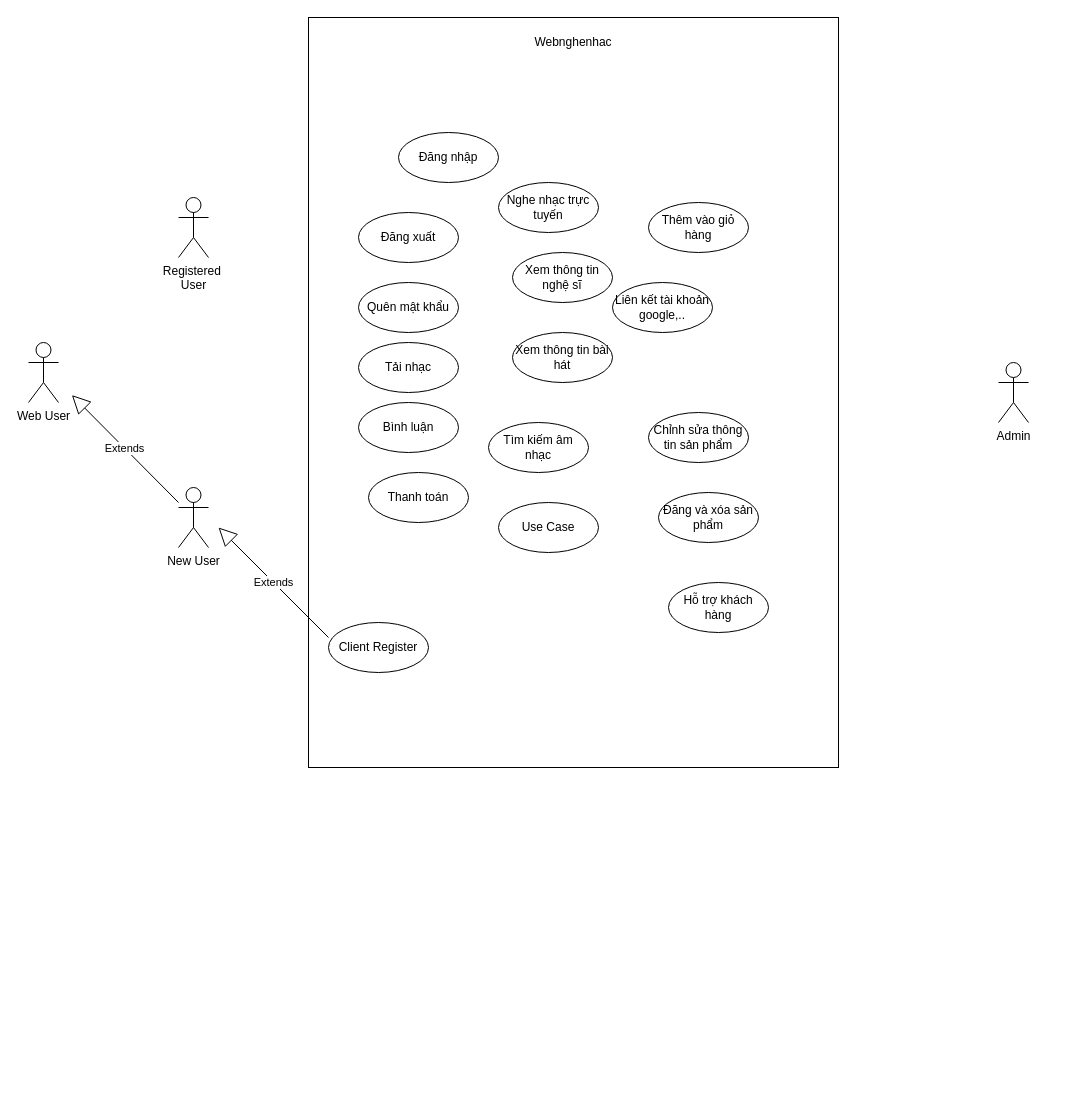
The draw.io diagram Diagram.drawio in letham1612/test.ithub, before the edit. Source tidied: cells renumbered, new cells numbered last; positions are measured from the earlier drawing's top-left corner, leaving out a move shared by most shapes. Both pictures are drawn from the tidied source at 100%, with x=0, y=0 at pixel (28, 17).
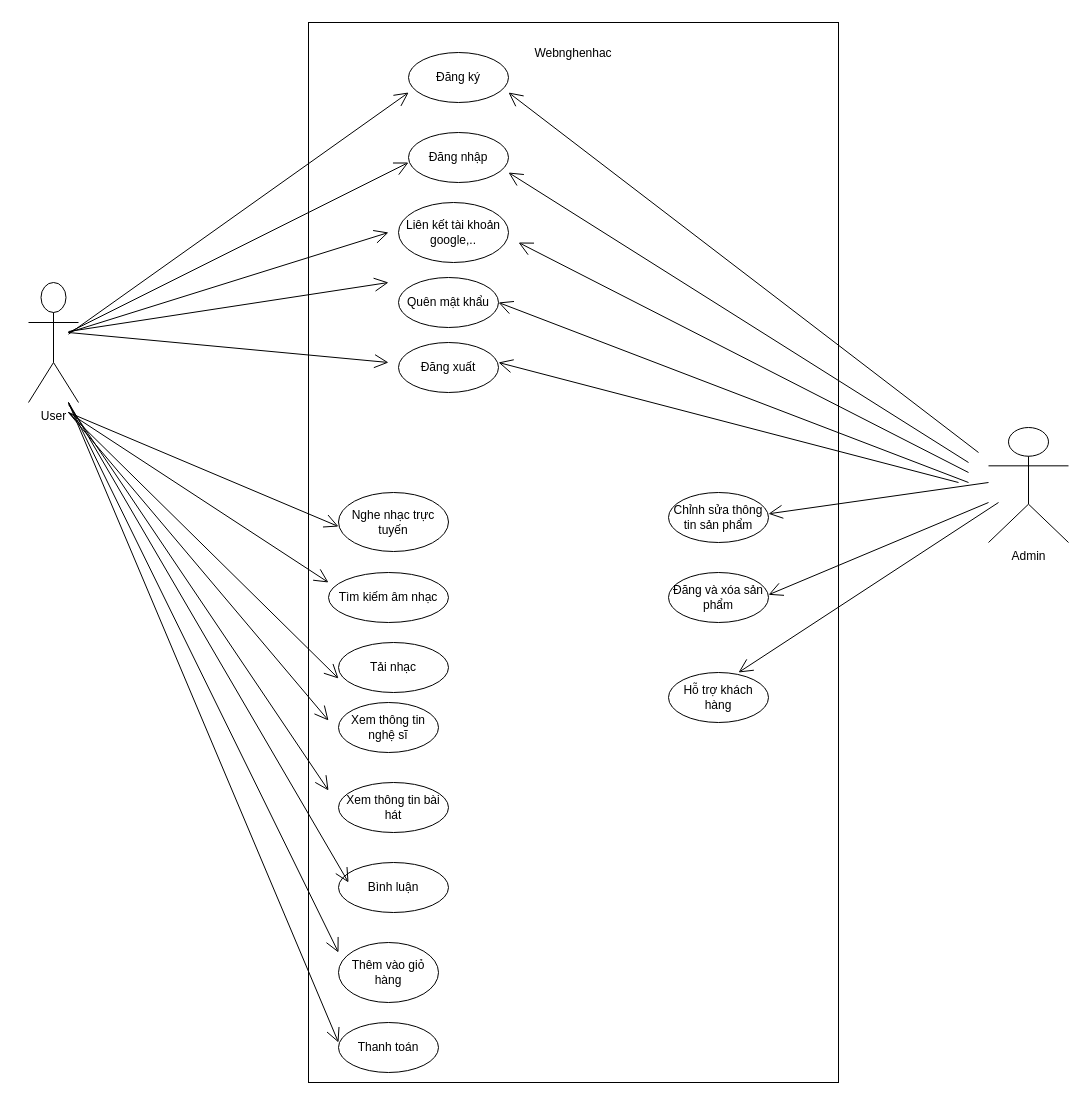
The same diagram, later.

Commit message:
Cập nhật Diagram.drawio

Diff of the diagram source:
```diff
@@
     <mxCell id="2" value="Admin&lt;br&gt;" style="shape=umlActor;verticalLabelPosition=bottom;verticalAlign=top;html=1;" parent="1" vertex="1">
-      <mxGeometry x="970" y="345" width="30" height="60" as="geometry" />
+      <mxGeometry x="960" y="410" width="80" height="115" as="geometry" />
     </mxCell>
-    <mxCell id="3" value="Web User&lt;br&gt;" style="shape=umlActor;verticalLabelPosition=bottom;verticalAlign=top;html=1;" parent="1" vertex="1">
-      <mxGeometry y="325" width="30" height="60" as="geometry" />
+    <mxCell id="3" value="User" style="shape=umlActor;verticalLabelPosition=bottom;verticalAlign=top;html=1;" parent="1" vertex="1">
+      <mxGeometry y="265" width="50" height="120" as="geometry" />
     </mxCell>
-    <mxCell id="4" value="Webnghenhac" style="html=1;whiteSpace=wrap;spacingBottom=700;" parent="1" vertex="1">
-      <mxGeometry x="280" width="530" height="750" as="geometry" />
+    <mxCell id="4" value="Webnghenhac" style="html=1;whiteSpace=wrap;spacingBottom=999;" parent="1" vertex="1">
+      <mxGeometry x="280" y="5" width="530" height="1060" as="geometry" />
     </mxCell>
     <mxCell id="5" value="Chỉnh sửa thông tin sản phẩm" style="ellipse;whiteSpace=wrap;html=1;" parent="1" vertex="1">
-      <mxGeometry x="620" y="395" width="100" height="50" as="geometry" />
+      <mxGeometry x="640" y="475" width="100" height="50" as="geometry" />
     </mxCell>
-    <mxCell id="6" value="Client Register" style="ellipse;whiteSpace=wrap;html=1;" parent="1" vertex="1">
-      <mxGeometry x="300" y="605" width="100" height="50" as="geometry" />
+    <mxCell id="6" value="Đăng ký" style="ellipse;whiteSpace=wrap;html=1;" parent="1" vertex="1">
+      <mxGeometry x="380" y="35" width="100" height="50" as="geometry" />
     </mxCell>
-    <mxCell id="7" value="Use Case" style="ellipse;whiteSpace=wrap;html=1;" parent="1" vertex="1">
-      <mxGeometry x="470" y="485" width="100" height="50" as="geometry" />
-    </mxCell>
     <mxCell id="8" value="Liên kết tài khoản google,.." style="ellipse;whiteSpace=wrap;html=1;" parent="1" vertex="1">
-      <mxGeometry x="584" y="265" width="100" height="50" as="geometry" />
+      <mxGeometry x="370" y="185" width="110" height="60" as="geometry" />
     </mxCell>
     <mxCell id="9" value="Xem thông tin bài hát" style="ellipse;whiteSpace=wrap;html=1;" parent="1" vertex="1">
-      <mxGeometry x="484" y="315" width="100" height="50" as="geometry" />
+      <mxGeometry x="310" y="765" width="110" height="50" as="geometry" />
     </mxCell>
     <mxCell id="10" value="Xem thông tin nghệ sĩ" style="ellipse;whiteSpace=wrap;html=1;" parent="1" vertex="1">
-      <mxGeometry x="484" y="235" width="100" height="50" as="geometry" />
+      <mxGeometry x="310" y="685" width="100" height="50" as="geometry" />
     </mxCell>
     <mxCell id="11" value="Nghe nhạc trực tuyến" style="ellipse;whiteSpace=wrap;html=1;" parent="1" vertex="1">
-      <mxGeometry x="470" y="165" width="100" height="50" as="geometry" />
+      <mxGeometry x="310" y="475" width="110" height="59" as="geometry" />
     </mxCell>
     <mxCell id="12" value="Tìm kiếm âm nhạc" style="ellipse;whiteSpace=wrap;html=1;" parent="1" vertex="1">
-      <mxGeometry x="460" y="405" width="100" height="50" as="geometry" />
+      <mxGeometry x="300" y="555" width="120" height="50" as="geometry" />
     </mxCell>
     <mxCell id="13" value="Thêm vào giỏ hàng" style="ellipse;whiteSpace=wrap;html=1;" parent="1" vertex="1">
-      <mxGeometry x="620" y="185" width="100" height="50" as="geometry" />
+      <mxGeometry x="310" y="925" width="100" height="60" as="geometry" />
     </mxCell>
     <mxCell id="14" value="Thanh toán" style="ellipse;whiteSpace=wrap;html=1;" parent="1" vertex="1">
-      <mxGeometry x="340" y="455" width="100" height="50" as="geometry" />
+      <mxGeometry x="310" y="1005" width="100" height="50" as="geometry" />
     </mxCell>
     <mxCell id="15" value="Bình luận" style="ellipse;whiteSpace=wrap;html=1;" parent="1" vertex="1">
-      <mxGeometry x="330" y="385" width="100" height="50" as="geometry" />
+      <mxGeometry x="310" y="845" width="110" height="50" as="geometry" />
     </mxCell>
     <mxCell id="16" value="Tải nhạc" style="ellipse;whiteSpace=wrap;html=1;" parent="1" vertex="1">
-      <mxGeometry x="330" y="325" width="100" height="50" as="geometry" />
+      <mxGeometry x="310" y="625" width="110" height="50" as="geometry" />
     </mxCell>
     <mxCell id="17" value="Quên mật khẩu" style="ellipse;whiteSpace=wrap;html=1;" parent="1" vertex="1">
-      <mxGeometry x="330" y="265" width="100" height="50" as="geometry" />
+      <mxGeometry x="370" y="260" width="100" height="50" as="geometry" />
     </mxCell>
     <mxCell id="18" value="Đăng xuất" style="ellipse;whiteSpace=wrap;html=1;" parent="1" vertex="1">
-      <mxGeometry x="330" y="195" width="100" height="50" as="geometry" />
+      <mxGeometry x="370" y="325" width="100" height="50" as="geometry" />
     </mxCell>
     <mxCell id="19" value="Đăng nhập" style="ellipse;whiteSpace=wrap;html=1;" parent="1" vertex="1">
-      <mxGeometry x="370" y="115" width="100" height="50" as="geometry" />
+      <mxGeometry x="380" y="115" width="100" height="50" as="geometry" />
     </mxCell>
     <mxCell id="20" value="Đăng và xóa sản phẩm" style="ellipse;whiteSpace=wrap;html=1;" parent="1" vertex="1">
-      <mxGeometry x="630" y="475" width="100" height="50" as="geometry" />
+      <mxGeometry x="640" y="555" width="100" height="50" as="geometry" />
     </mxCell>
     <mxCell id="21" value="Hỗ trợ khách hàng" style="ellipse;whiteSpace=wrap;html=1;" parent="1" vertex="1">
-      <mxGeometry x="640" y="565" width="100" height="50" as="geometry" />
+      <mxGeometry x="640" y="655" width="100" height="50" as="geometry" />
     </mxCell>
-    <mxCell id="22" value="New User&lt;br&gt;&amp;nbsp;" style="shape=umlActor;verticalLabelPosition=bottom;verticalAlign=top;html=1;" parent="1" vertex="1">
-      <mxGeometry x="150" y="470" width="30" height="60" as="geometry" />
-    </mxCell>
-    <mxCell id="23" value="Registered&amp;nbsp;&lt;br&gt;User" style="shape=umlActor;verticalLabelPosition=bottom;verticalAlign=top;html=1;" parent="1" vertex="1">
-      <mxGeometry x="150" y="180" width="30" height="60" as="geometry" />
-    </mxCell>
-    <mxCell id="24" value="Extends" style="endArrow=block;endSize=16;endFill=0;html=1;rounded=0;entryX=0.78;entryY=0.877;entryDx=0;entryDy=0;entryPerimeter=0;" parent="1" edge="1">
-      <mxGeometry relative="1" as="geometry">
-        <mxPoint x="150" y="485" as="sourcePoint" />
-        <mxPoint x="43.4" y="377.6" as="targetPoint" />
-      </mxGeometry>
-    </mxCell>
-    <mxCell id="25" value="Extends" style="endArrow=block;endSize=16;endFill=0;html=1;rounded=0;entryX=0.78;entryY=0.877;entryDx=0;entryDy=0;entryPerimeter=0;" parent="1" edge="1">
-      <mxGeometry relative="1" as="geometry">
-        <mxPoint x="300" y="620" as="sourcePoint" />
-        <mxPoint x="190" y="510" as="targetPoint" />
-      </mxGeometry>
-    </mxCell>
+    <mxCell id="26" style="endArrow=open;endFill=1;endSize=12;html=1;rounded=0;entryX=0.189;entryY=0.066;entryDx=0;entryDy=0;entryPerimeter=0;" parent="1" edge="1" target="4">
+      <mxGeometry relative="1" as="geometry">
+        <mxPoint x="40" y="316.7" as="sourcePoint" />
+      </mxGeometry>
+    </mxCell>
+    <mxCell id="27" style="endArrow=open;endFill=1;endSize=12;html=1;rounded=0;" parent="1" edge="1">
+      <mxGeometry relative="1" as="geometry">
+        <mxPoint x="40" y="315" as="sourcePoint" />
+        <mxPoint x="360" y="215" as="targetPoint" />
+      </mxGeometry>
+    </mxCell>
+    <mxCell id="28" style="endArrow=open;endFill=1;endSize=12;html=1;rounded=0;" parent="1" edge="1">
+      <mxGeometry relative="1" as="geometry">
+        <mxPoint x="40" y="315" as="sourcePoint" />
+        <mxPoint x="380" y="145" as="targetPoint" />
+      </mxGeometry>
+    </mxCell>
+    <mxCell id="29" style="endArrow=open;endFill=1;endSize=12;html=1;rounded=0;" parent="1" edge="1">
+      <mxGeometry relative="1" as="geometry">
+        <mxPoint x="40" y="314" as="sourcePoint" />
+        <mxPoint x="360" y="265" as="targetPoint" />
+      </mxGeometry>
+    </mxCell>
+    <mxCell id="30" style="endArrow=open;endFill=1;endSize=12;html=1;rounded=0;" parent="1" edge="1">
+      <mxGeometry relative="1" as="geometry">
+        <mxPoint x="40" y="315" as="sourcePoint" />
+        <mxPoint x="360" y="345" as="targetPoint" />
+      </mxGeometry>
+    </mxCell>
+    <mxCell id="31" style="endArrow=open;endFill=1;endSize=12;html=1;rounded=0;exitX=0;exitY=1;exitDx=0;exitDy=0;exitPerimeter=0;" parent="1" edge="1">
+      <mxGeometry relative="1" as="geometry">
+        <mxPoint x="40" y="385" as="sourcePoint" />
+        <mxPoint x="310" y="1025" as="targetPoint" />
+      </mxGeometry>
+    </mxCell>
+    <mxCell id="32" style="endArrow=open;endFill=1;endSize=12;html=1;rounded=0;" parent="1" edge="1">
+      <mxGeometry relative="1" as="geometry">
+        <mxPoint x="40" y="385" as="sourcePoint" />
+        <mxPoint x="310" y="935" as="targetPoint" />
+      </mxGeometry>
+    </mxCell>
+    <mxCell id="33" style="endArrow=open;endFill=1;endSize=12;html=1;rounded=0;" parent="1" edge="1">
+      <mxGeometry relative="1" as="geometry">
+        <mxPoint x="40" y="385" as="sourcePoint" />
+        <mxPoint x="320" y="865" as="targetPoint" />
+      </mxGeometry>
+    </mxCell>
+    <mxCell id="34" style="endArrow=open;endFill=1;endSize=12;html=1;rounded=0;" parent="1" edge="1">
+      <mxGeometry relative="1" as="geometry">
+        <mxPoint x="40" y="387" as="sourcePoint" />
+        <mxPoint x="300" y="773" as="targetPoint" />
+      </mxGeometry>
+    </mxCell>
+    <mxCell id="35" style="endArrow=open;endFill=1;endSize=12;html=1;rounded=0;" parent="1" edge="1">
+      <mxGeometry relative="1" as="geometry">
+        <mxPoint x="40" y="395" as="sourcePoint" />
+        <mxPoint x="300" y="703" as="targetPoint" />
+      </mxGeometry>
+    </mxCell>
+    <mxCell id="36" style="endArrow=open;endFill=1;endSize=12;html=1;rounded=0;" parent="1" edge="1">
+      <mxGeometry relative="1" as="geometry">
+        <mxPoint x="40" y="395" as="sourcePoint" />
+        <mxPoint x="310" y="661" as="targetPoint" />
+      </mxGeometry>
+    </mxCell>
+    <mxCell id="37" style="endArrow=open;endFill=1;endSize=12;html=1;rounded=0;" parent="1" edge="1">
+      <mxGeometry relative="1" as="geometry">
+        <mxPoint x="40" y="395" as="sourcePoint" />
+        <mxPoint x="300" y="565" as="targetPoint" />
+      </mxGeometry>
+    </mxCell>
+    <mxCell id="38" style="endArrow=open;endFill=1;endSize=12;html=1;rounded=0;" parent="1" edge="1">
+      <mxGeometry relative="1" as="geometry">
+        <mxPoint x="40" y="395" as="sourcePoint" />
+        <mxPoint x="310" y="509" as="targetPoint" />
+      </mxGeometry>
+    </mxCell>
+    <mxCell id="39" style="endArrow=open;endFill=1;endSize=12;html=1;rounded=0;" parent="1" edge="1">
+      <mxGeometry relative="1" as="geometry">
+        <mxPoint x="970" y="485" as="sourcePoint" />
+        <mxPoint x="710" y="655" as="targetPoint" />
+      </mxGeometry>
+    </mxCell>
+    <mxCell id="40" style="endArrow=open;endFill=1;endSize=12;html=1;rounded=0;" parent="1" edge="1">
+      <mxGeometry relative="1" as="geometry">
+        <mxPoint x="960" y="485" as="sourcePoint" />
+        <mxPoint x="740" y="577.3" as="targetPoint" />
+      </mxGeometry>
+    </mxCell>
+    <mxCell id="41" style="endArrow=open;endFill=1;endSize=12;html=1;rounded=0;" parent="1" edge="1">
+      <mxGeometry relative="1" as="geometry">
+        <mxPoint x="960" y="465" as="sourcePoint" />
+        <mxPoint x="740" y="496.3" as="targetPoint" />
+      </mxGeometry>
+    </mxCell>
+    <mxCell id="42" style="endArrow=open;endFill=1;endSize=12;html=1;rounded=0;entryX=1.002;entryY=0.181;entryDx=0;entryDy=0;entryPerimeter=0;" parent="1" edge="1">
+      <mxGeometry relative="1" as="geometry">
+        <mxPoint x="950" y="435" as="sourcePoint" />
+        <mxPoint x="480" y="75" as="targetPoint" />
+      </mxGeometry>
+    </mxCell>
+    <mxCell id="43" style="endArrow=open;endFill=1;endSize=12;html=1;rounded=0;" parent="1" edge="1">
+      <mxGeometry relative="1" as="geometry">
+        <mxPoint x="940" y="445" as="sourcePoint" />
+        <mxPoint x="480" y="155" as="targetPoint" />
+      </mxGeometry>
+    </mxCell>
+    <mxCell id="44" style="endArrow=open;endFill=1;endSize=12;html=1;rounded=0;" parent="1" edge="1">
+      <mxGeometry relative="1" as="geometry">
+        <mxPoint x="940" y="455" as="sourcePoint" />
+        <mxPoint x="490" y="225" as="targetPoint" />
+      </mxGeometry>
+    </mxCell>
+    <mxCell id="45" style="endArrow=open;endFill=1;endSize=12;html=1;rounded=0;" parent="1" edge="1">
+      <mxGeometry relative="1" as="geometry">
+        <mxPoint x="940" y="465" as="sourcePoint" />
+        <mxPoint x="470" y="285" as="targetPoint" />
+      </mxGeometry>
+    </mxCell>
+    <mxCell id="46" style="endArrow=open;endFill=1;endSize=12;html=1;rounded=0;" parent="1" edge="1">
+      <mxGeometry relative="1" as="geometry">
+        <mxPoint x="930" y="465" as="sourcePoint" />
+        <mxPoint x="470" y="345" as="targetPoint" />
+      </mxGeometry>
+    </mxCell>
```
